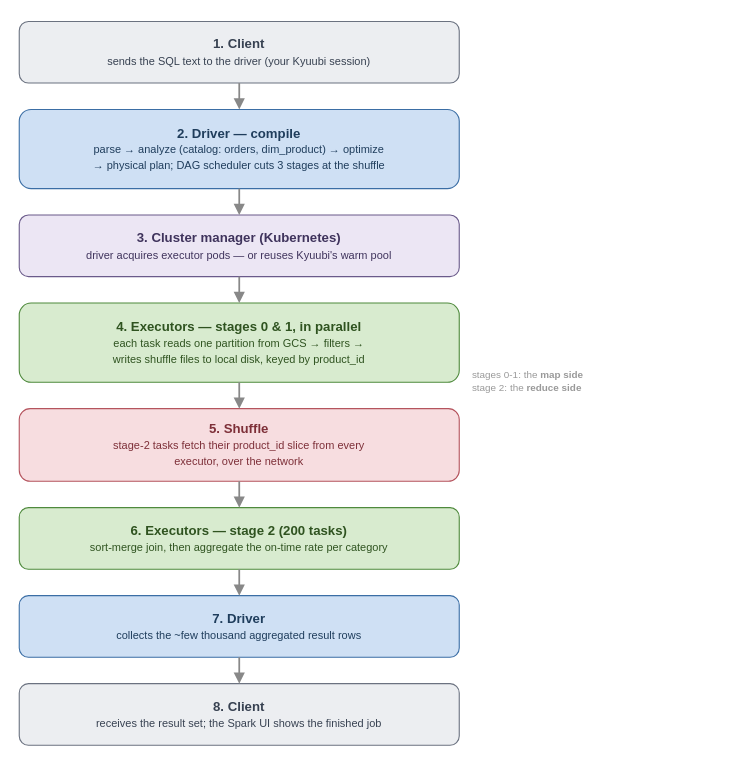
The draw.io diagram book/figures/query-submission-flow.drawio in AlanPhan04/spark-101-to-pro, before the edit. Source tidied: cells renumbered, new cells numbered last; positions are measured from the earlier drawing's top-left corner, leaving out a move shared by most shapes. Both pictures are drawn from the tidied source at 110%, with x=0, y=0 at pixel (19, 21).
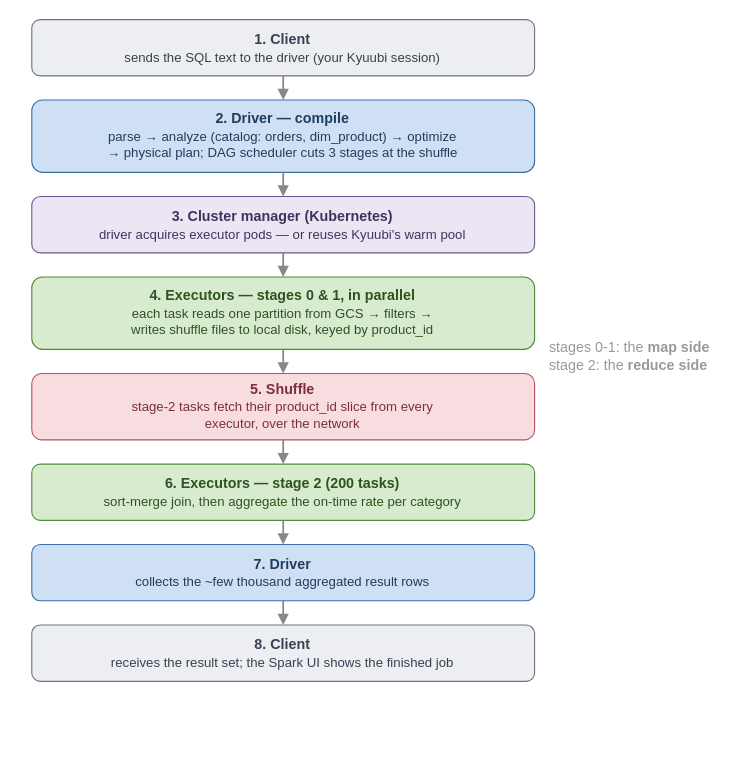
The same diagram, later.

What changed in the source:
```diff
@@
 <mxGraphModel>
   <root>
     <mxCell id="0" />
     <mxCell id="1" parent="0" />
-    <mxCell id="2" value="&lt;b&gt;1. Client&lt;/b&gt;&lt;br&gt;&lt;span style=&quot;font-size:10px&quot;&gt;sends the SQL text to the driver (your Kyuubi session)&lt;/span&gt;" style="rounded=1;whiteSpace=wrap;html=1;fillColor=#eceef1;strokeColor=#6b7280;fontSize=12;fontColor=#374151;" parent="1" vertex="1">
-      <mxGeometry width="400" height="56" as="geometry" />
+    <mxCell id="2" value="&lt;b&gt;1. Client&lt;/b&gt;&lt;br&gt;&lt;span style=&quot;font-size:12px&quot;&gt;sends the SQL text to the driver (your Kyuubi session)&lt;/span&gt;" style="rounded=1;whiteSpace=wrap;html=1;fillColor=#eceef1;strokeColor=#6b7280;fontSize=13;fontColor=#374151;" parent="1" vertex="1">
+      <mxGeometry x="11.4" y="-1.7" width="457.1" height="51.2" as="geometry" />
     </mxCell>
-    <mxCell id="3" value="&lt;b&gt;2. Driver &amp;#8212; compile&lt;/b&gt;&lt;br&gt;&lt;span style=&quot;font-size:10px&quot;&gt;parse &amp;#8594; analyze (catalog: orders, dim_product) &amp;#8594; optimize&lt;br&gt;&amp;#8594; physical plan; DAG scheduler cuts 3 stages at the shuffle&lt;/span&gt;" style="rounded=1;whiteSpace=wrap;html=1;fillColor=#cfe0f4;strokeColor=#3b6ea5;fontSize=12;fontColor=#1f3d5c;" parent="1" vertex="1">
-      <mxGeometry y="80" width="400" height="72" as="geometry" />
+    <mxCell id="3" value="&lt;b&gt;2. Driver &amp;#8212; compile&lt;/b&gt;&lt;br&gt;&lt;span style=&quot;font-size:12px&quot;&gt;parse &amp;#8594; analyze (catalog: orders, dim_product) &amp;#8594; optimize&lt;br&gt;&amp;#8594; physical plan; DAG scheduler cuts 3 stages at the shuffle&lt;/span&gt;" style="rounded=1;whiteSpace=wrap;html=1;fillColor=#cfe0f4;strokeColor=#3b6ea5;fontSize=13;fontColor=#1f3d5c;" parent="1" vertex="1">
+      <mxGeometry x="11.4" y="71.4" width="457.1" height="65.8" as="geometry" />
     </mxCell>
-    <mxCell id="4" value="&lt;b&gt;3. Cluster manager (Kubernetes)&lt;/b&gt;&lt;br&gt;&lt;span style=&quot;font-size:10px&quot;&gt;driver acquires executor pods &amp;#8212; or reuses Kyuubi's warm pool&lt;/span&gt;" style="rounded=1;whiteSpace=wrap;html=1;fillColor=#ece6f4;strokeColor=#6a5a8a;fontSize=12;fontColor=#3f335c;" parent="1" vertex="1">
-      <mxGeometry y="176" width="400" height="56" as="geometry" />
+    <mxCell id="4" value="&lt;b&gt;3. Cluster manager (Kubernetes)&lt;/b&gt;&lt;br&gt;&lt;span style=&quot;font-size:12px&quot;&gt;driver acquires executor pods &amp;#8212; or reuses Kyuubi's warm pool&lt;/span&gt;" style="rounded=1;whiteSpace=wrap;html=1;fillColor=#ece6f4;strokeColor=#6a5a8a;fontSize=13;fontColor=#3f335c;" parent="1" vertex="1">
+      <mxGeometry x="11.4" y="159.2" width="457.1" height="51.2" as="geometry" />
     </mxCell>
-    <mxCell id="5" value="&lt;b&gt;4. Executors &amp;#8212; stages 0 &amp; 1, in parallel&lt;/b&gt;&lt;br&gt;&lt;span style=&quot;font-size:10px&quot;&gt;each task reads one partition from GCS &amp;#8594; filters &amp;#8594;&lt;br&gt;writes shuffle files to local disk, keyed by product_id&lt;/span&gt;" style="rounded=1;whiteSpace=wrap;html=1;fillColor=#d8ebcf;strokeColor=#4f8a3d;fontSize=12;fontColor=#2f5320;" parent="1" vertex="1">
-      <mxGeometry y="256" width="400" height="72" as="geometry" />
+    <mxCell id="5" value="&lt;b&gt;4. Executors &amp;#8212; stages 0 &amp; 1, in parallel&lt;/b&gt;&lt;br&gt;&lt;span style=&quot;font-size:12px&quot;&gt;each task reads one partition from GCS &amp;#8594; filters &amp;#8594;&lt;br&gt;writes shuffle files to local disk, keyed by product_id&lt;/span&gt;" style="rounded=1;whiteSpace=wrap;html=1;fillColor=#d8ebcf;strokeColor=#4f8a3d;fontSize=13;fontColor=#2f5320;" parent="1" vertex="1">
+      <mxGeometry x="11.4" y="232.3" width="457.1" height="65.8" as="geometry" />
     </mxCell>
-    <mxCell id="6" value="&lt;b&gt;5. Shuffle&lt;/b&gt;&lt;br&gt;&lt;span style=&quot;font-size:10px&quot;&gt;stage-2 tasks fetch their product_id slice from every&lt;br&gt;executor, over the network&lt;/span&gt;" style="rounded=1;whiteSpace=wrap;html=1;fillColor=#f7dde0;strokeColor=#b5545e;fontSize=12;fontColor=#7d2f38;" parent="1" vertex="1">
-      <mxGeometry y="352" width="400" height="66" as="geometry" />
+    <mxCell id="6" value="&lt;b&gt;5. Shuffle&lt;/b&gt;&lt;br&gt;&lt;span style=&quot;font-size:12px&quot;&gt;stage-2 tasks fetch their product_id slice from every&lt;br&gt;executor, over the network&lt;/span&gt;" style="rounded=1;whiteSpace=wrap;html=1;fillColor=#f7dde0;strokeColor=#b5545e;fontSize=13;fontColor=#7d2f38;" parent="1" vertex="1">
+      <mxGeometry x="11.4" y="320.1" width="457.1" height="60.3" as="geometry" />
     </mxCell>
-    <mxCell id="7" value="&lt;b&gt;6. Executors &amp;#8212; stage 2  (200 tasks)&lt;/b&gt;&lt;br&gt;&lt;span style=&quot;font-size:10px&quot;&gt;sort-merge join, then aggregate the on-time rate per category&lt;/span&gt;" style="rounded=1;whiteSpace=wrap;html=1;fillColor=#d8ebcf;strokeColor=#4f8a3d;fontSize=12;fontColor=#2f5320;" parent="1" vertex="1">
-      <mxGeometry y="442" width="400" height="56" as="geometry" />
+    <mxCell id="7" value="&lt;b&gt;6. Executors &amp;#8212; stage 2  (200 tasks)&lt;/b&gt;&lt;br&gt;&lt;span style=&quot;font-size:12px&quot;&gt;sort-merge join, then aggregate the on-time rate per category&lt;/span&gt;" style="rounded=1;whiteSpace=wrap;html=1;fillColor=#d8ebcf;strokeColor=#4f8a3d;fontSize=13;fontColor=#2f5320;" parent="1" vertex="1">
+      <mxGeometry x="11.4" y="402.4" width="457.1" height="51.2" as="geometry" />
     </mxCell>
-    <mxCell id="8" value="&lt;b&gt;7. Driver&lt;/b&gt;&lt;br&gt;&lt;span style=&quot;font-size:10px&quot;&gt;collects the ~few thousand aggregated result rows&lt;/span&gt;" style="rounded=1;whiteSpace=wrap;html=1;fillColor=#cfe0f4;strokeColor=#3b6ea5;fontSize=12;fontColor=#1f3d5c;" parent="1" vertex="1">
-      <mxGeometry y="522" width="400" height="56" as="geometry" />
+    <mxCell id="8" value="&lt;b&gt;7. Driver&lt;/b&gt;&lt;br&gt;&lt;span style=&quot;font-size:12px&quot;&gt;collects the ~few thousand aggregated result rows&lt;/span&gt;" style="rounded=1;whiteSpace=wrap;html=1;fillColor=#cfe0f4;strokeColor=#3b6ea5;fontSize=13;fontColor=#1f3d5c;" parent="1" vertex="1">
+      <mxGeometry x="11.4" y="475.5" width="457.1" height="51.2" as="geometry" />
     </mxCell>
-    <mxCell id="9" value="&lt;b&gt;8. Client&lt;/b&gt;&lt;br&gt;&lt;span style=&quot;font-size:10px&quot;&gt;receives the result set; the Spark UI shows the finished job&lt;/span&gt;" style="rounded=1;whiteSpace=wrap;html=1;fillColor=#eceef1;strokeColor=#6b7280;fontSize=12;fontColor=#374151;" parent="1" vertex="1">
-      <mxGeometry y="602" width="400" height="56" as="geometry" />
+    <mxCell id="9" value="&lt;b&gt;8. Client&lt;/b&gt;&lt;br&gt;&lt;span style=&quot;font-size:12px&quot;&gt;receives the result set; the Spark UI shows the finished job&lt;/span&gt;" style="rounded=1;whiteSpace=wrap;html=1;fillColor=#eceef1;strokeColor=#6b7280;fontSize=13;fontColor=#374151;" parent="1" vertex="1">
+      <mxGeometry x="11.4" y="548.7" width="457.1" height="51.2" as="geometry" />
     </mxCell>
     <mxCell id="10" style="endArrow=block;html=1;strokeColor=#888888;strokeWidth=1.6;exitX=0.5;exitY=1;entryX=0.5;entryY=0;" parent="1" edge="1" source="2" target="3">
       <mxGeometry relative="1" as="geometry" />
     </mxCell>
     <mxCell id="11" style="endArrow=block;html=1;strokeColor=#888888;strokeWidth=1.6;exitX=0.5;exitY=1;entryX=0.5;entryY=0;" parent="1" edge="1" source="3" target="4">
       <mxGeometry relative="1" as="geometry" />
     </mxCell>
     <mxCell id="12" style="endArrow=block;html=1;strokeColor=#888888;strokeWidth=1.6;exitX=0.5;exitY=1;entryX=0.5;entryY=0;" parent="1" edge="1" source="4" target="5">
       <mxGeometry relative="1" as="geometry" />
     </mxCell>
     <mxCell id="13" style="endArrow=block;html=1;strokeColor=#888888;strokeWidth=1.6;exitX=0.5;exitY=1;entryX=0.5;entryY=0;" parent="1" edge="1" source="5" target="6">
       <mxGeometry relative="1" as="geometry" />
     </mxCell>
     <mxCell id="14" style="endArrow=block;html=1;strokeColor=#888888;strokeWidth=1.6;exitX=0.5;exitY=1;entryX=0.5;entryY=0;" parent="1" edge="1" source="6" target="7">
       <mxGeometry relative="1" as="geometry" />
     </mxCell>
     <mxCell id="15" style="endArrow=block;html=1;strokeColor=#888888;strokeWidth=1.6;exitX=0.5;exitY=1;entryX=0.5;entryY=0;" parent="1" edge="1" source="7" target="8">
       <mxGeometry relative="1" as="geometry" />
     </mxCell>
     <mxCell id="16" style="endArrow=block;html=1;strokeColor=#888888;strokeWidth=1.6;exitX=0.5;exitY=1;entryX=0.5;entryY=0;" parent="1" edge="1" source="8" target="9">
       <mxGeometry relative="1" as="geometry" />
     </mxCell>
-    <mxCell id="17" value="stages 0-1: the &lt;b&gt;map side&lt;/b&gt;&lt;br&gt;stage 2: the &lt;b&gt;reduce side&lt;/b&gt;" style="text;html=1;align=left;fontSize=9;fontColor=#999999;" parent="1" vertex="1">
-      <mxGeometry x="410" y="310" width="70" height="40" as="geometry" />
+    <mxCell id="17" value="stages 0-1: the &lt;b&gt;map side&lt;/b&gt;&lt;br&gt;stage 2: the &lt;b&gt;reduce side&lt;/b&gt;" style="text;html=1;align=left;fontSize=13;fontColor=#999999;" parent="1" vertex="1">
+      <mxGeometry x="480" y="281.7" width="80" height="36.6" as="geometry" />
     </mxCell>
   </root>
 </mxGraphModel>
```
